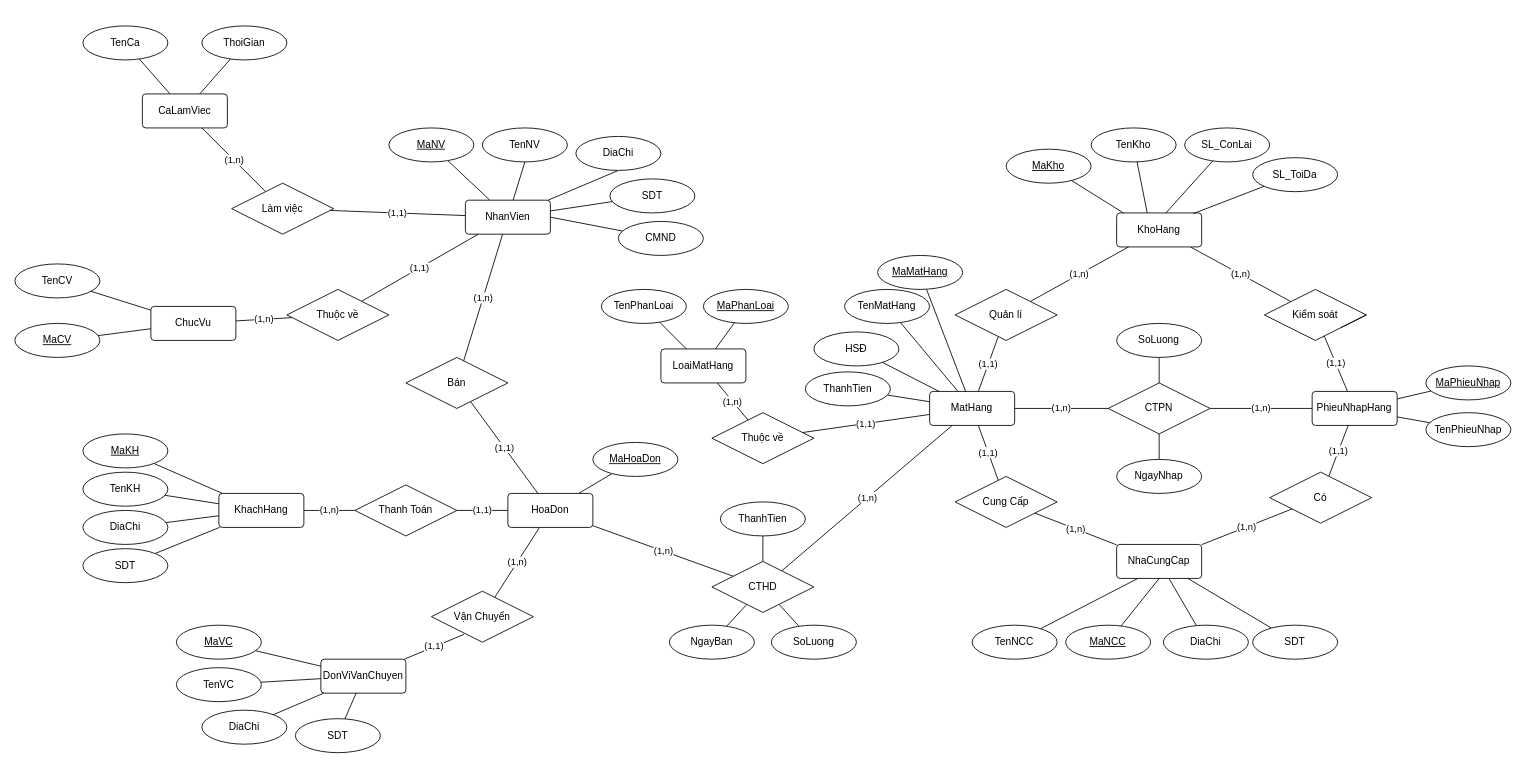
EdgarIgnite16/SGU-Course keeps this draw.io diagram as PTTK HTTT/Project/Project Diagram.drawio. Above is the earlier version. Source tidied: cells renumbered, new cells numbered last; positions are measured from the earlier drawing's top-left corner, leaving out a move shared by most shapes. Both pictures are drawn from the tidied source at 85%, with x=0, y=0 at pixel (14, 26).
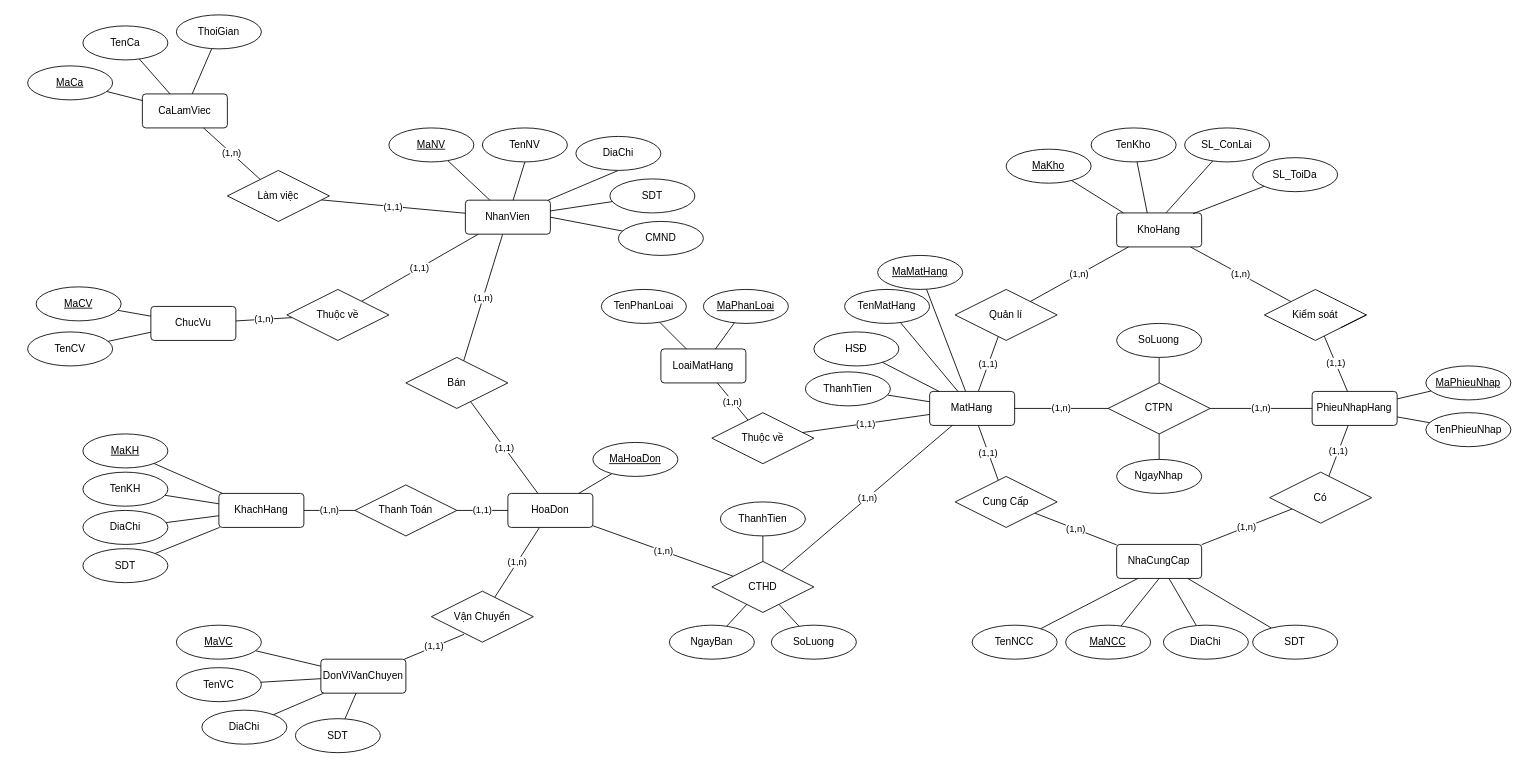
The same diagram, later.

The change refers to these unchanged cells:
```xml
<mxCell id="37" value="CaLamViec" style="rounded=1;arcSize=10;whiteSpace=wrap;html=1;align=center;" parent="1" vertex="1">
  <mxGeometry x="150" y="80" width="100" height="40" as="geometry" />
</mxCell>
```

What changed in the source:
```diff
@@
     <mxCell id="39" value="Làm việc" style="shape=rhombus;perimeter=rhombusPerimeter;whiteSpace=wrap;html=1;align=center;" parent="1" vertex="1">
-      <mxGeometry x="255" y="185" width="120" height="60" as="geometry" />
+      <mxGeometry x="250" y="170" width="120" height="60" as="geometry" />
     </mxCell>
@@
     <mxCell id="47" value="MaCV" style="ellipse;whiteSpace=wrap;html=1;align=center;fontStyle=4;" parent="1" vertex="1">
-      <mxGeometry y="350" width="100" height="40" as="geometry" />
+      <mxGeometry x="25" y="307" width="100" height="40" as="geometry" />
     </mxCell>
@@
     <mxCell id="49" value="TenCV" style="ellipse;whiteSpace=wrap;html=1;align=center;" parent="1" vertex="1">
-      <mxGeometry y="280" width="100" height="40" as="geometry" />
+      <mxGeometry x="15" y="360" width="100" height="40" as="geometry" />
     </mxCell>
@@
     <mxCell id="51" value="ThoiGian" style="ellipse;whiteSpace=wrap;html=1;align=center;" parent="1" vertex="1">
-      <mxGeometry x="220" width="100" height="40" as="geometry" />
+      <mxGeometry x="190" y="-13" width="100" height="40" as="geometry" />
     </mxCell>
@@
+    <mxCell id="128" style="rounded=0;jettySize=auto;html=1;endArrow=none;endFill=0;" parent="1" edge="1" source="129" target="37">
+      <mxGeometry relative="1" as="geometry" />
+    </mxCell>
+    <mxCell id="129" value="MaCa" style="ellipse;whiteSpace=wrap;html=1;align=center;fontStyle=4;" parent="1" vertex="1">
+      <mxGeometry x="15" y="47" width="100" height="40" as="geometry" />
+    </mxCell>
```
